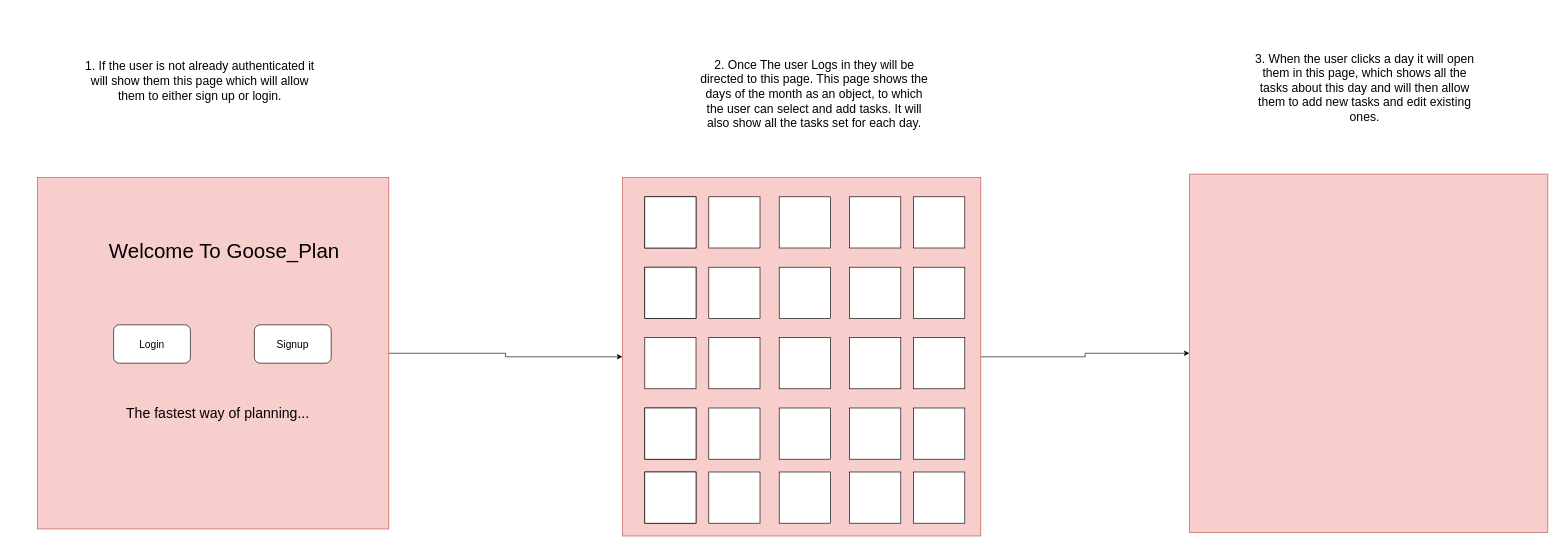
Before: Untitled Diagram.drawio in bengraham-B/L3T14, a draw.io diagram. Source tidied: cells renumbered, new cells numbered last; positions are measured from the earlier drawing's top-left corner, leaving out a move shared by most shapes. Both pictures are drawn from the tidied source at 64%, with x=0, y=0 at pixel (11, 11).
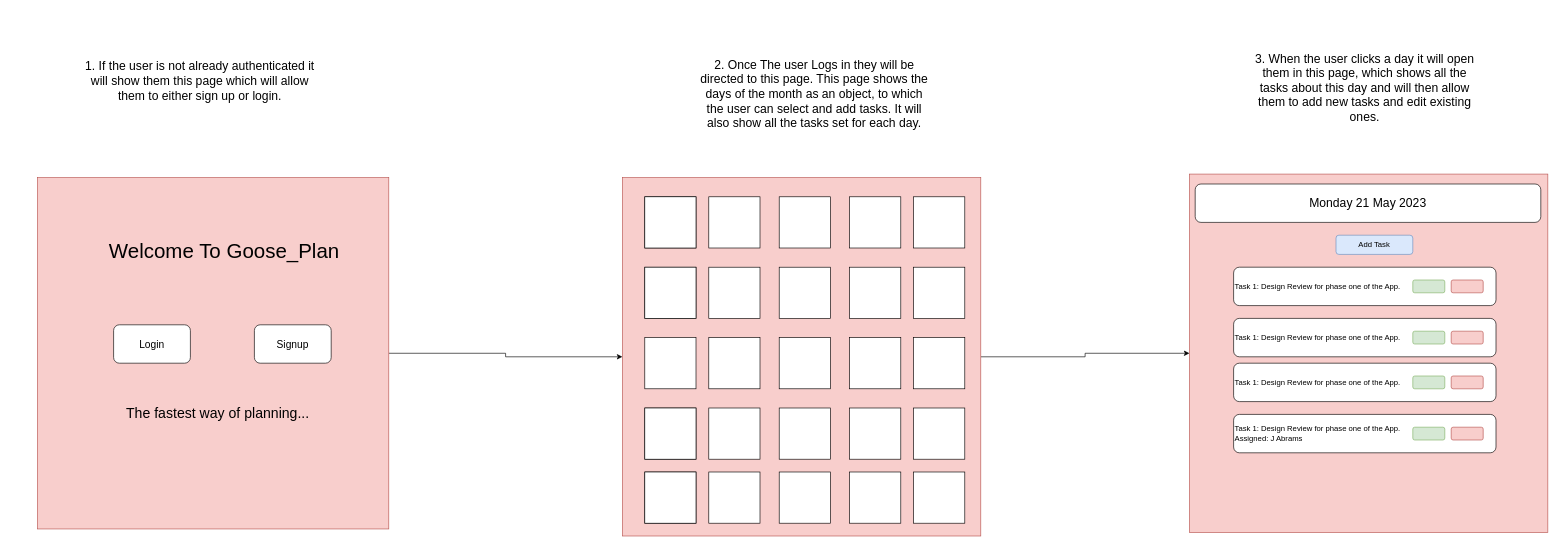
Above is the later version.

The edit, as a diff of the source:
```diff
@@
+    <mxCell id="44" value="Monday 21 May 2023" style="rounded=1;whiteSpace=wrap;html=1;strokeWidth=1;fontSize=19;" parent="1" vertex="1">
+      <mxGeometry x="1850" y="270" width="540" height="60" as="geometry" />
+    </mxCell>
+    <mxCell id="45" value="Task 1: Design Review for phase one of the App." style="rounded=1;whiteSpace=wrap;html=1;align=left;" parent="1" vertex="1">
+      <mxGeometry x="1910" y="400" width="410" height="60" as="geometry" />
+    </mxCell>
+    <mxCell id="46" style="rounded=1;whiteSpace=wrap;html=1;fillColor=#d5e8d4;strokeColor=#82b366;" parent="1" vertex="1">
+      <mxGeometry x="2190" y="420" width="50" height="20" as="geometry" />
+    </mxCell>
+    <mxCell id="47" style="rounded=1;whiteSpace=wrap;html=1;fillColor=#f8cecc;strokeColor=#b85450;" parent="1" vertex="1">
+      <mxGeometry x="2250" y="420" width="50" height="20" as="geometry" />
+    </mxCell>
+    <mxCell id="48" value="Task 1: Design Review for phase one of the App." style="rounded=1;whiteSpace=wrap;html=1;align=left;" parent="1" vertex="1">
+      <mxGeometry x="1910" y="550" width="410" height="60" as="geometry" />
+    </mxCell>
+    <mxCell id="49" value="Task 1: Design Review for phase one of the App.&lt;br&gt;Assigned: J Abrams" style="rounded=1;whiteSpace=wrap;html=1;align=left;" parent="1" vertex="1">
+      <mxGeometry x="1910" y="630" width="410" height="60" as="geometry" />
+    </mxCell>
+    <mxCell id="50" value="Task 1: Design Review for phase one of the App." style="rounded=1;whiteSpace=wrap;html=1;align=left;" parent="1" vertex="1">
+      <mxGeometry x="1910" y="480" width="410" height="60" as="geometry" />
+    </mxCell>
+    <mxCell id="51" style="rounded=1;whiteSpace=wrap;html=1;fillColor=#d5e8d4;strokeColor=#82b366;" parent="1" vertex="1">
+      <mxGeometry x="2190" y="500" width="50" height="20" as="geometry" />
+    </mxCell>
+    <mxCell id="52" style="rounded=1;whiteSpace=wrap;html=1;fillColor=#d5e8d4;strokeColor=#82b366;" parent="1" vertex="1">
+      <mxGeometry x="2190" y="570" width="50" height="20" as="geometry" />
+    </mxCell>
+    <mxCell id="53" style="rounded=1;whiteSpace=wrap;html=1;fillColor=#d5e8d4;strokeColor=#82b366;" parent="1" vertex="1">
+      <mxGeometry x="2190" y="650" width="50" height="20" as="geometry" />
+    </mxCell>
+    <mxCell id="54" style="rounded=1;whiteSpace=wrap;html=1;fillColor=#f8cecc;strokeColor=#b85450;" parent="1" vertex="1">
+      <mxGeometry x="2250" y="500" width="50" height="20" as="geometry" />
+    </mxCell>
+    <mxCell id="55" style="rounded=1;whiteSpace=wrap;html=1;fillColor=#f8cecc;strokeColor=#b85450;" parent="1" vertex="1">
+      <mxGeometry x="2250" y="570" width="50" height="20" as="geometry" />
+    </mxCell>
+    <mxCell id="56" style="rounded=1;whiteSpace=wrap;html=1;fillColor=#f8cecc;strokeColor=#b85450;" parent="1" vertex="1">
+      <mxGeometry x="2250" y="650" width="50" height="20" as="geometry" />
+    </mxCell>
+    <mxCell id="57" value="Add Task" style="rounded=1;whiteSpace=wrap;html=1;fillColor=#dae8fc;strokeColor=#6c8ebf;" parent="1" vertex="1">
+      <mxGeometry x="2070" y="350" width="120" height="30" as="geometry" />
+    </mxCell>
```
